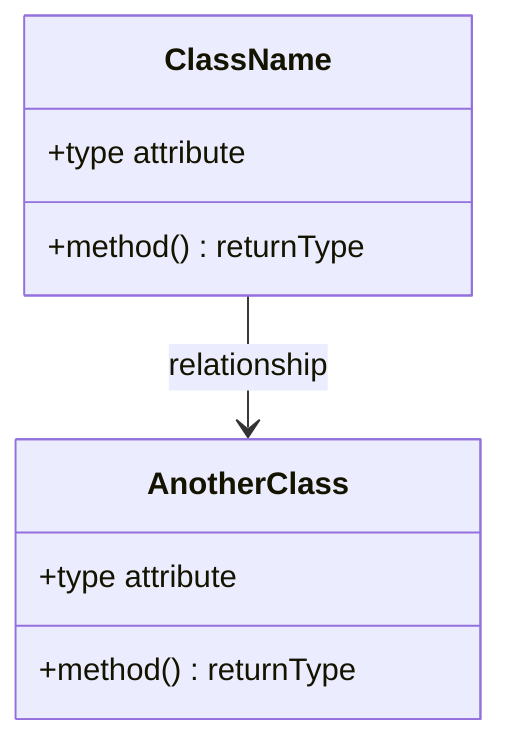
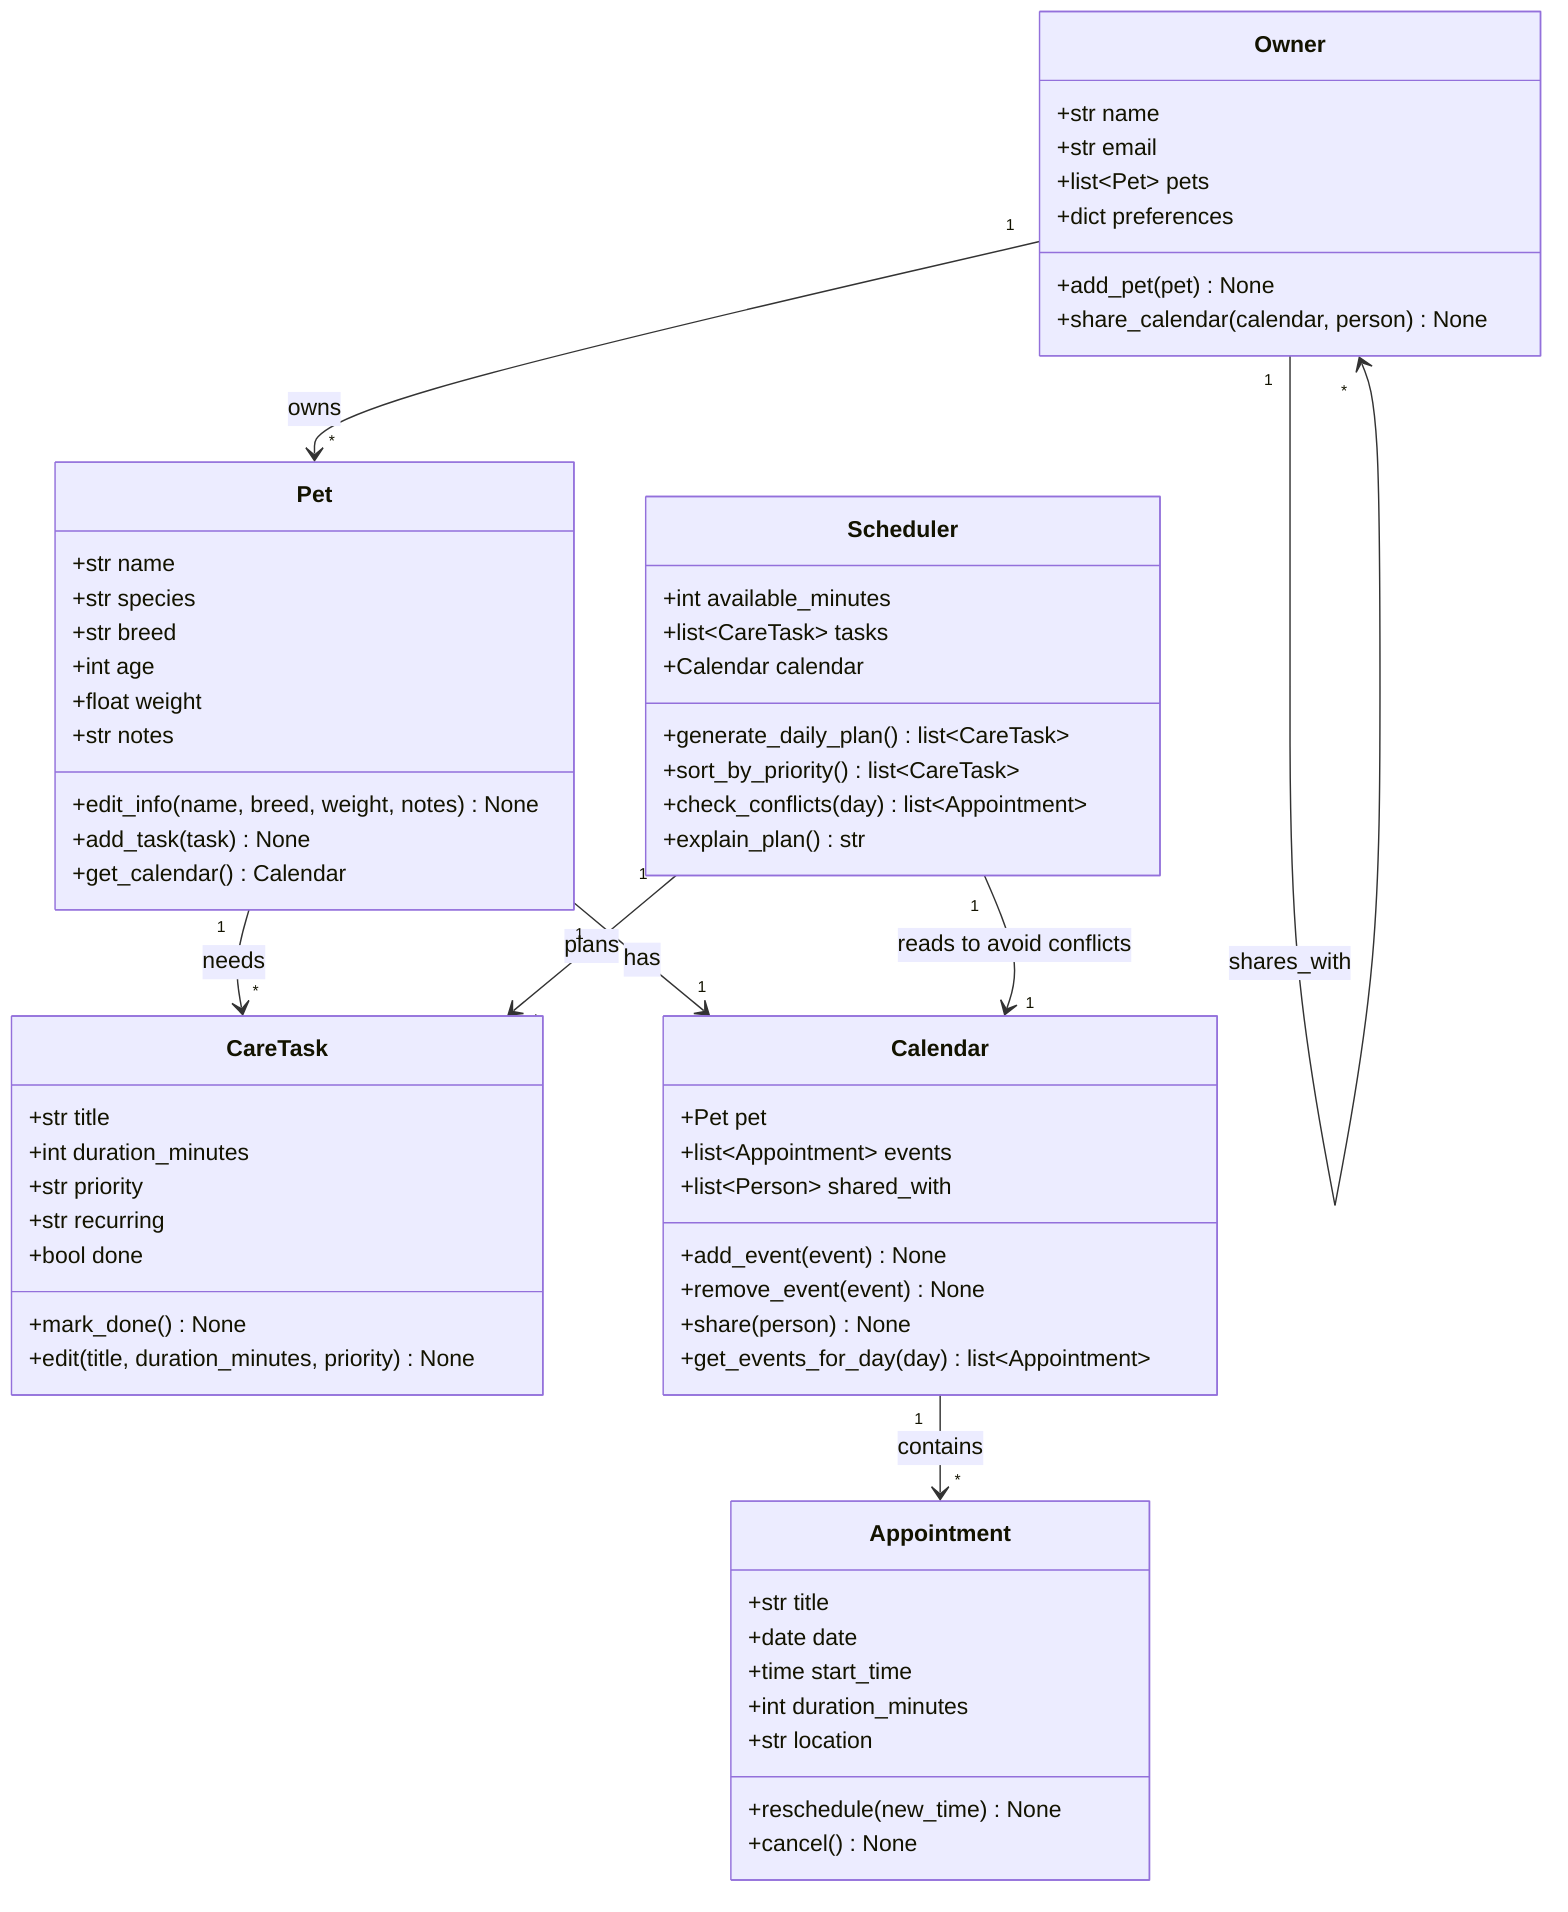
classDiagram
-     %% Replace the placeholders below with your actual classes, attributes, methods, and relationships.
+     %% PawPal+ class diagram
    %% Keep this file updated so it matches your final implementation.

-     class ClassName {
-         +type attribute
-         +method() returnType
+     %% Owner: the person using the app; owns pets and can share calendars
+     class Owner {
+         +str name
+         +str email
+         +list~Pet~ pets
+         +dict preferences
+         +add_pet(pet) None
+         +share_calendar(calendar, person) None
    }

-     class AnotherClass {
-         +type attribute
-         +method() returnType
+     %% Pet: the animal being cared for; holds its info, tasks, and calendar
+     class Pet {
+         +str name
+         +str species
+         +str breed
+         +int age
+         +float weight
+         +str notes
+         +edit_info(name, breed, weight, notes) None
+         +add_task(task) None
+         +get_calendar() Calendar
    }

-     ClassName --> AnotherClass : relationship
+     %% CareTask: a recurring chore (walk, feeding) with no fixed time; the Scheduler places it
+     class CareTask {
+         +str title
+         +int duration_minutes
+         +str priority
+         +str recurring
+         +bool done
+         +mark_done() None
+         +edit(title, duration_minutes, priority) None
+     }
+ 
+     %% Appointment: a one-time event locked to a date/time (vet visit); the Scheduler plans around it
+     class Appointment {
+         +str title
+         +date date
+         +time start_time
+         +int duration_minutes
+         +str location
+         +reschedule(new_time) None
+         +cancel() None
+     }
+ 
+     %% Calendar: storage; holds a pet's appointments and who it's shared with
+     class Calendar {
+         +Pet pet
+         +list~Appointment~ events
+         +list~Person~ shared_with
+         +add_event(event) None
+         +remove_event(event) None
+         +share(person) None
+         +get_events_for_day(day) list~Appointment~
+     }
+ 
+     %% Scheduler: the brain; builds and explains the daily plan around fixed appointments
+     class Scheduler {
+         +int available_minutes
+         +list~CareTask~ tasks
+         +Calendar calendar
+         +generate_daily_plan() list~CareTask~
+         +sort_by_priority() list~CareTask~
+         +check_conflicts(day) list~Appointment~
+         +explain_plan() str
+     }
+ 
+     Owner "1" --> "*" Pet : owns
+     Pet "1" --> "1" Calendar : has
+     Calendar "1" --> "*" Appointment : contains
+     Pet "1" --> "*" CareTask : needs
+     Scheduler "1" --> "*" CareTask : plans
+     Scheduler "1" --> "1" Calendar : reads to avoid conflicts
+     Owner "1" --> "*" Owner : shares_with
